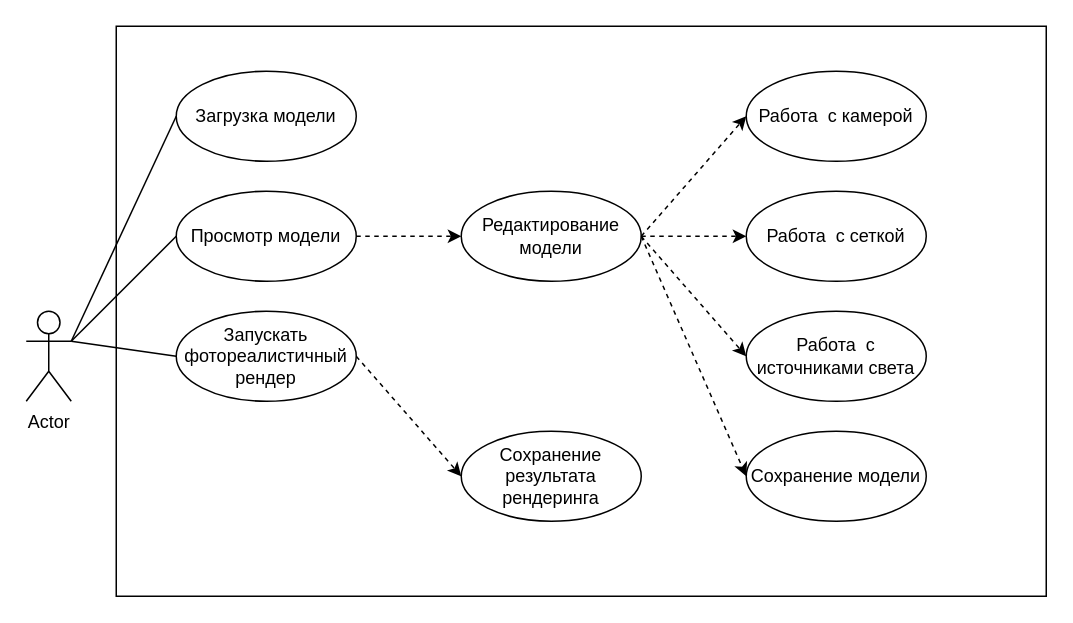
Earlier version of the draw.io diagram use-case-diagram.drawio (d0kt0r-net/arch-editor3d). Source tidied: cells renumbered, new cells numbered last; positions are measured from the earlier drawing's top-left corner, leaving out a move shared by most shapes. Both pictures are drawn from the tidied source at 150%, with x=0, y=0 at pixel (26, 26).
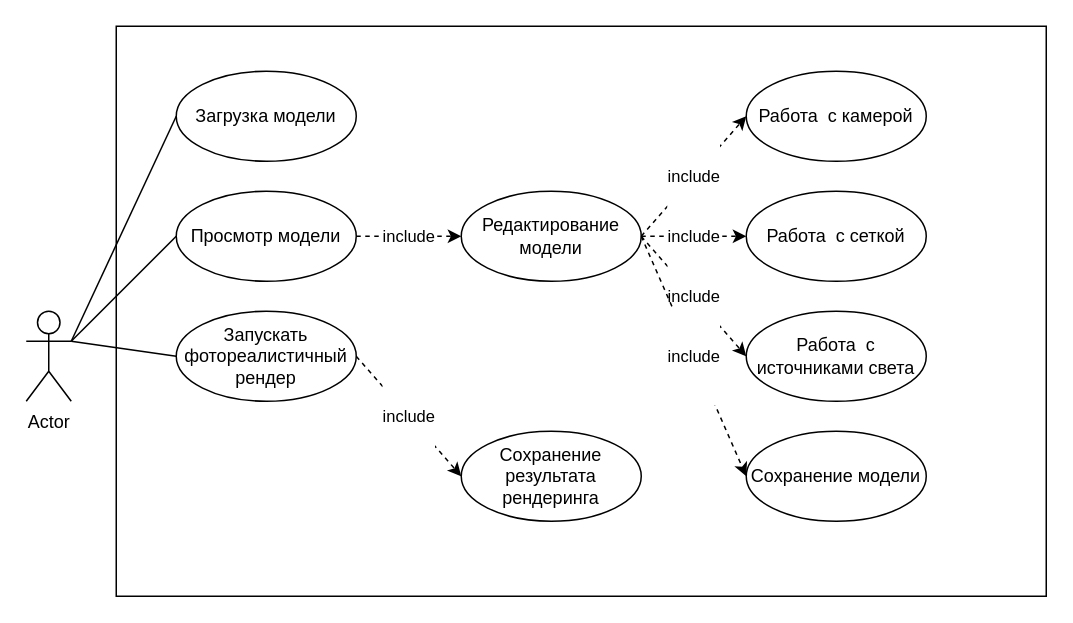
The same diagram, later.

Commit message:
update use case diagram

The change refers to these unchanged cells:
```xml
<mxCell id="6" value="Просмотр модели" style="ellipse;whiteSpace=wrap;html=1;" parent="1" vertex="1">
  <mxGeometry x="100" y="110" width="120" height="60" as="geometry" />
</mxCell>
<mxCell id="7" value="Работа&amp;nbsp; с камерой" style="ellipse;whiteSpace=wrap;html=1;" parent="1" vertex="1">
  <mxGeometry x="480" y="30" width="120" height="60" as="geometry" />
</mxCell>
<mxCell id="9" value="Работа&amp;nbsp; с сеткой" style="ellipse;whiteSpace=wrap;html=1;" parent="1" vertex="1">
  <mxGeometry x="480" y="110" width="120" height="60" as="geometry" />
</mxCell>
<mxCell id="10" value="Работа&amp;nbsp; с источниками света" style="ellipse;whiteSpace=wrap;html=1;" parent="1" vertex="1">
  <mxGeometry x="480" y="190" width="120" height="60" as="geometry" />
</mxCell>
<mxCell id="11" value="Запускать фотореалистичный рендер" style="ellipse;whiteSpace=wrap;html=1;" parent="1" vertex="1">
  <mxGeometry x="100" y="190" width="120" height="60" as="geometry" />
</mxCell>
<mxCell id="12" value="Редактирование модели" style="ellipse;whiteSpace=wrap;html=1;" parent="1" vertex="1">
  <mxGeometry x="290" y="110" width="120" height="60" as="geometry" />
</mxCell>
<mxCell id="14" value="Сохранение модели" style="ellipse;whiteSpace=wrap;html=1;" parent="1" vertex="1">
  <mxGeometry x="480" y="270" width="120" height="60" as="geometry" />
</mxCell>
<mxCell id="15" value="Сохранение результата рендеринга" style="ellipse;whiteSpace=wrap;html=1;" parent="1" vertex="1">
  <mxGeometry x="290" y="270" width="120" height="60" as="geometry" />
</mxCell>
```

What changed in the source:
```diff
@@
-    <mxCell id="16" style="rounded=0;jettySize=auto;html=1;exitX=1;exitY=0.5;exitDx=0;exitDy=0;entryX=0;entryY=0.5;entryDx=0;entryDy=0;endArrow=classic;endFill=1;targetPerimeterSpacing=0;sourcePerimeterSpacing=0;jumpStyle=none;endSize=6;jumpSize=6;dashed=1;" parent="1" edge="1" source="6" target="12">
+    <mxCell id="16" value="include" style="rounded=0;jettySize=auto;html=1;exitX=1;exitY=0.5;exitDx=0;exitDy=0;entryX=0;entryY=0.5;entryDx=0;entryDy=0;endArrow=classic;endFill=1;targetPerimeterSpacing=0;sourcePerimeterSpacing=0;jumpStyle=none;endSize=6;jumpSize=6;dashed=1;" parent="1" edge="1" source="6" target="12">
       <mxGeometry relative="1" as="geometry" />
     </mxCell>
-    <mxCell id="17" style="rounded=0;jettySize=auto;html=1;exitX=1;exitY=0.5;exitDx=0;exitDy=0;entryX=0;entryY=0.5;entryDx=0;entryDy=0;endArrow=classic;endFill=1;targetPerimeterSpacing=0;sourcePerimeterSpacing=0;jumpStyle=none;endSize=6;jumpSize=6;dashed=1;" parent="1" edge="1" source="11" target="15">
+    <mxCell id="17" value="&#10;&#10;&lt;span style=&quot;color: rgb(0, 0, 0); font-family: helvetica; font-size: 11px; font-style: normal; font-weight: 400; letter-spacing: normal; text-align: center; text-indent: 0px; text-transform: none; word-spacing: 0px; background-color: rgb(255, 255, 255); display: inline; float: none;&quot;&gt;include&lt;/span&gt;&#10;&#10;" style="rounded=0;jettySize=auto;html=1;exitX=1;exitY=0.5;exitDx=0;exitDy=0;entryX=0;entryY=0.5;entryDx=0;entryDy=0;endArrow=classic;endFill=1;targetPerimeterSpacing=0;sourcePerimeterSpacing=0;jumpStyle=none;endSize=6;jumpSize=6;dashed=1;" parent="1" edge="1" source="11" target="15">
       <mxGeometry relative="1" as="geometry" />
     </mxCell>
-    <mxCell id="18" style="rounded=0;jettySize=auto;html=1;exitX=1;exitY=0.5;exitDx=0;exitDy=0;entryX=0;entryY=0.5;entryDx=0;entryDy=0;endArrow=classic;endFill=1;targetPerimeterSpacing=0;sourcePerimeterSpacing=0;jumpStyle=none;endSize=6;jumpSize=6;dashed=1;" parent="1" edge="1" source="12" target="7">
+    <mxCell id="18" value="&#10;&#10;&lt;span style=&quot;color: rgb(0, 0, 0); font-family: helvetica; font-size: 11px; font-style: normal; font-weight: 400; letter-spacing: normal; text-align: center; text-indent: 0px; text-transform: none; word-spacing: 0px; background-color: rgb(255, 255, 255); display: inline; float: none;&quot;&gt;include&lt;/span&gt;&#10;&#10;" style="rounded=0;jettySize=auto;html=1;exitX=1;exitY=0.5;exitDx=0;exitDy=0;entryX=0;entryY=0.5;entryDx=0;entryDy=0;endArrow=classic;endFill=1;targetPerimeterSpacing=0;sourcePerimeterSpacing=0;jumpStyle=none;endSize=6;jumpSize=6;dashed=1;" parent="1" edge="1" source="12" target="7">
       <mxGeometry relative="1" as="geometry" />
     </mxCell>
-    <mxCell id="19" style="rounded=0;jettySize=auto;html=1;entryX=0;entryY=0.5;entryDx=0;entryDy=0;endArrow=classic;endFill=1;targetPerimeterSpacing=0;sourcePerimeterSpacing=0;jumpStyle=none;endSize=6;jumpSize=6;dashed=1;" parent="1" edge="1" source="12" target="9">
+    <mxCell id="19" value="&#10;&#10;&lt;span style=&quot;color: rgb(0, 0, 0); font-family: helvetica; font-size: 11px; font-style: normal; font-weight: 400; letter-spacing: normal; text-align: center; text-indent: 0px; text-transform: none; word-spacing: 0px; background-color: rgb(255, 255, 255); display: inline; float: none;&quot;&gt;include&lt;/span&gt;&#10;&#10;" style="rounded=0;jettySize=auto;html=1;entryX=0;entryY=0.5;entryDx=0;entryDy=0;endArrow=classic;endFill=1;targetPerimeterSpacing=0;sourcePerimeterSpacing=0;jumpStyle=none;endSize=6;jumpSize=6;dashed=1;" parent="1" edge="1" source="12" target="9">
       <mxGeometry relative="1" as="geometry" />
     </mxCell>
-    <mxCell id="20" style="rounded=0;jettySize=auto;html=1;entryX=0;entryY=0.5;entryDx=0;entryDy=0;endArrow=classic;endFill=1;targetPerimeterSpacing=0;sourcePerimeterSpacing=0;jumpStyle=none;endSize=6;jumpSize=6;dashed=1;exitX=1;exitY=0.5;exitDx=0;exitDy=0;" parent="1" edge="1" source="12" target="10">
+    <mxCell id="20" value="&#10;&#10;&lt;span style=&quot;color: rgb(0, 0, 0); font-family: helvetica; font-size: 11px; font-style: normal; font-weight: 400; letter-spacing: normal; text-align: center; text-indent: 0px; text-transform: none; word-spacing: 0px; background-color: rgb(255, 255, 255); display: inline; float: none;&quot;&gt;include&lt;/span&gt;&#10;&#10;" style="rounded=0;jettySize=auto;html=1;entryX=0;entryY=0.5;entryDx=0;entryDy=0;endArrow=classic;endFill=1;targetPerimeterSpacing=0;sourcePerimeterSpacing=0;jumpStyle=none;endSize=6;jumpSize=6;dashed=1;exitX=1;exitY=0.5;exitDx=0;exitDy=0;" parent="1" edge="1" source="12" target="10">
       <mxGeometry relative="1" as="geometry" />
     </mxCell>
-    <mxCell id="21" style="rounded=0;jettySize=auto;html=1;entryX=0;entryY=0.5;entryDx=0;entryDy=0;endArrow=classic;endFill=1;targetPerimeterSpacing=0;sourcePerimeterSpacing=0;jumpStyle=none;endSize=6;jumpSize=6;dashed=1;exitX=1;exitY=0.5;exitDx=0;exitDy=0;" parent="1" edge="1" source="12" target="14">
+    <mxCell id="21" value="&#10;&#10;&lt;span style=&quot;color: rgb(0, 0, 0); font-family: helvetica; font-size: 11px; font-style: normal; font-weight: 400; letter-spacing: normal; text-align: center; text-indent: 0px; text-transform: none; word-spacing: 0px; background-color: rgb(255, 255, 255); display: inline; float: none;&quot;&gt;include&lt;/span&gt;&#10;&#10;" style="rounded=0;jettySize=auto;html=1;entryX=0;entryY=0.5;entryDx=0;entryDy=0;endArrow=classic;endFill=1;targetPerimeterSpacing=0;sourcePerimeterSpacing=0;jumpStyle=none;endSize=6;jumpSize=6;dashed=1;exitX=1;exitY=0.5;exitDx=0;exitDy=0;" parent="1" edge="1" source="12" target="14">
       <mxGeometry relative="1" as="geometry" />
     </mxCell>
```
